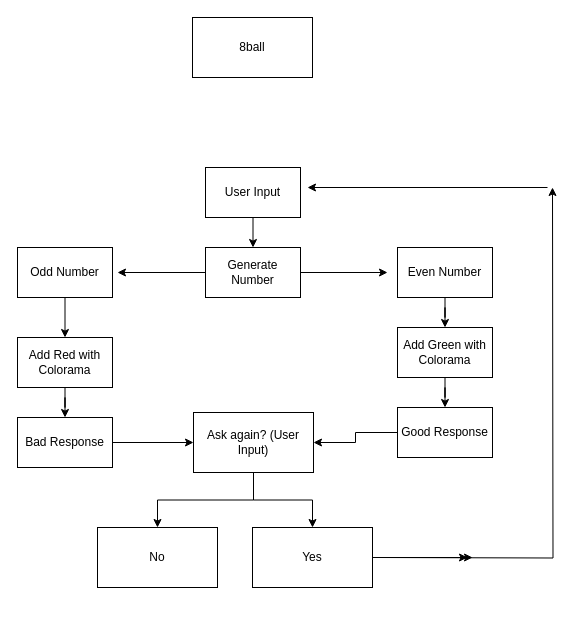
RonWohler/python_fundamentals keeps this draw.io diagram as 8ball Program Diagram.drawio. Above is the earlier version. Source tidied: cells renumbered, new cells numbered last; positions are measured from the earlier drawing's top-left corner, leaving out a move shared by most shapes. Both pictures are drawn from the tidied source at 100%, with x=0, y=0 at pixel (17, 17).
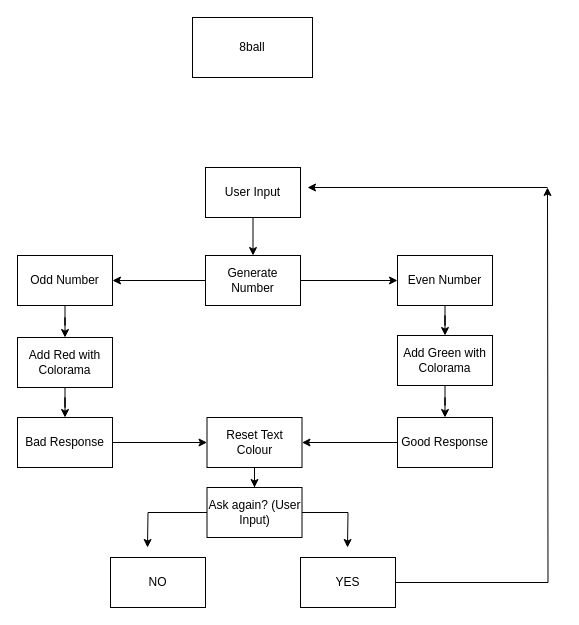
The same page after the edit.

Unchanged cells that the change refers to:
```xml
<mxCell id="8" value="Bad Response" style="rounded=0;whiteSpace=wrap;html=1;" parent="1" vertex="1">
  <mxGeometry y="400" width="95" height="50" as="geometry" />
</mxCell>
```

What changed in the source:
```diff
@@
-    <mxCell id="5" style="edgeStyle=orthogonalEdgeStyle;rounded=0;jettySize=auto;html=1;" parent="1" edge="1" source="6" target="23">
-      <mxGeometry relative="1" as="geometry" />
-    </mxCell>
+    <mxCell id="29" style="edgeStyle=orthogonalEdgeStyle;rounded=0;jettySize=auto;html=1;" parent="1" edge="1" source="6" target="34">
+      <mxGeometry relative="1" as="geometry" />
+    </mxCell>
     <mxCell id="6" value="Good Response" style="rounded=0;whiteSpace=wrap;html=1;" parent="1" vertex="1">
-      <mxGeometry x="380" y="390" width="95" height="50" as="geometry" />
+      <mxGeometry x="380" y="400" width="95" height="50" as="geometry" />
     </mxCell>
-    <mxCell id="7" style="edgeStyle=orthogonalEdgeStyle;rounded=0;jettySize=auto;html=1;" parent="1" edge="1" source="8" target="23">
-      <mxGeometry relative="1" as="geometry" />
-    </mxCell>
+    <mxCell id="30" style="edgeStyle=orthogonalEdgeStyle;rounded=0;jettySize=auto;html=1;" parent="1" edge="1" source="8" target="34">
+      <mxGeometry relative="1" as="geometry" />
+    </mxCell>
@@
     <mxCell id="10" value="Even Number" style="rounded=0;whiteSpace=wrap;html=1;" parent="1" vertex="1">
-      <mxGeometry x="380" y="230" width="95" height="50" as="geometry" />
+      <mxGeometry x="380" y="238" width="95" height="50" as="geometry" />
     </mxCell>
-    <mxCell id="11" style="edgeStyle=orthogonalEdgeStyle;rounded=0;jettySize=auto;html=1;exitX=0;exitY=0.5;exitDx=0;exitDy=0;" parent="1" edge="1" source="13">
-      <mxGeometry relative="1" as="geometry">
-        <mxPoint x="100" y="255" as="targetPoint" />
-      </mxGeometry>
-    </mxCell>
-    <mxCell id="12" style="edgeStyle=orthogonalEdgeStyle;rounded=0;jettySize=auto;html=1;exitX=1;exitY=0.5;exitDx=0;exitDy=0;" parent="1" edge="1" source="13">
-      <mxGeometry relative="1" as="geometry">
-        <mxPoint x="370" y="255" as="targetPoint" />
-      </mxGeometry>
-    </mxCell>
+    <mxCell id="31" style="edgeStyle=orthogonalEdgeStyle;rounded=0;jettySize=auto;html=1;" parent="1" edge="1" source="13" target="15">
+      <mxGeometry relative="1" as="geometry" />
+    </mxCell>
+    <mxCell id="32" style="edgeStyle=orthogonalEdgeStyle;rounded=0;jettySize=auto;html=1;" parent="1" edge="1" source="13" target="10">
+      <mxGeometry relative="1" as="geometry" />
+    </mxCell>
     <mxCell id="13" value="Generate Number" style="rounded=0;whiteSpace=wrap;html=1;" parent="1" vertex="1">
-      <mxGeometry x="188" y="230" width="95" height="50" as="geometry" />
+      <mxGeometry x="188" y="238" width="95" height="50" as="geometry" />
     </mxCell>
@@
     <mxCell id="15" value="Odd Number" style="rounded=0;whiteSpace=wrap;html=1;" parent="1" vertex="1">
-      <mxGeometry y="230" width="95" height="50" as="geometry" />
+      <mxGeometry y="238" width="95" height="50" as="geometry" />
     </mxCell>
@@
     <mxCell id="19" value="Add Green with Colorama" style="rounded=0;whiteSpace=wrap;html=1;" parent="1" vertex="1">
-      <mxGeometry x="380" y="310" width="95" height="50" as="geometry" />
+      <mxGeometry x="380" y="318" width="95" height="50" as="geometry" />
     </mxCell>
-    <mxCell id="20" value="No" style="rounded=0;whiteSpace=wrap;html=1;" parent="1" vertex="1">
-      <mxGeometry x="80" y="510" width="120" height="60" as="geometry" />
-    </mxCell>
-    <mxCell id="21" style="edgeStyle=orthogonalEdgeStyle;rounded=0;jettySize=auto;html=1;" parent="1" edge="1" source="23" target="26">
-      <mxGeometry relative="1" as="geometry" />
-    </mxCell>
-    <mxCell id="22" style="edgeStyle=orthogonalEdgeStyle;rounded=0;jettySize=auto;html=1;" parent="1" edge="1" source="23" target="20">
-      <mxGeometry relative="1" as="geometry" />
-    </mxCell>
+    <mxCell id="33" style="edgeStyle=orthogonalEdgeStyle;rounded=0;jettySize=auto;html=1;" parent="1" edge="1" source="34" target="23">
+      <mxGeometry relative="1" as="geometry" />
+    </mxCell>
+    <mxCell id="34" value="Reset Text Colour" style="rounded=0;whiteSpace=wrap;html=1;" parent="1" vertex="1">
+      <mxGeometry x="189.5" y="400" width="95" height="50" as="geometry" />
+    </mxCell>
+    <mxCell id="35" style="edgeStyle=orthogonalEdgeStyle;rounded=0;jettySize=auto;html=1;" parent="1" edge="1" source="23">
+      <mxGeometry relative="1" as="geometry">
+        <mxPoint x="130" y="530" as="targetPoint" />
+      </mxGeometry>
+    </mxCell>
     <mxCell id="23" value="Ask again? (User Input)" style="rounded=0;whiteSpace=wrap;html=1;" parent="1" vertex="1">
-      <mxGeometry x="176" y="395" width="120" height="60" as="geometry" />
+      <mxGeometry x="189.5" y="470" width="95" height="50" as="geometry" />
     </mxCell>
-    <mxCell id="24" style="edgeStyle=orthogonalEdgeStyle;rounded=0;jettySize=auto;html=1;" parent="1" edge="1" source="26">
-      <mxGeometry relative="1" as="geometry">
-        <mxPoint x="455" y="540" as="targetPoint" />
-      </mxGeometry>
-    </mxCell>
-    <mxCell id="25" style="edgeStyle=orthogonalEdgeStyle;rounded=0;jettySize=auto;html=1;" parent="1" edge="1" source="26">
-      <mxGeometry relative="1" as="geometry">
-        <mxPoint x="450" y="540" as="targetPoint" />
-      </mxGeometry>
-    </mxCell>
-    <mxCell id="26" value="Yes" style="rounded=0;whiteSpace=wrap;html=1;" parent="1" vertex="1">
-      <mxGeometry x="235" y="510" width="120" height="60" as="geometry" />
-    </mxCell>
-    <mxCell id="27" style="edgeStyle=orthogonalEdgeStyle;rounded=0;orthogonalLoop=1;jettySize=auto;html=1;" parent="1" edge="1">
-      <mxGeometry relative="1" as="geometry">
-        <mxPoint x="360" y="540" as="sourcePoint" />
-        <mxPoint x="535" y="170" as="targetPoint" />
-      </mxGeometry>
-    </mxCell>
-    <mxCell id="28" style="endArrow=classic;html=1;rounded=0;" parent="1" edge="1">
-      <mxGeometry relative="1" as="geometry">
-        <mxPoint x="530" y="170" as="sourcePoint" />
-        <mxPoint x="290" y="170" as="targetPoint" />
-      </mxGeometry>
-    </mxCell>
+    <mxCell id="36" value="NO" style="rounded=0;whiteSpace=wrap;html=1;" parent="1" vertex="1">
+      <mxGeometry x="93" y="540" width="95" height="50" as="geometry" />
+    </mxCell>
+    <mxCell id="37" style="edgeStyle=orthogonalEdgeStyle;rounded=0;jettySize=auto;html=1;" parent="1" edge="1" source="38">
+      <mxGeometry relative="1" as="geometry">
+        <mxPoint x="530" y="170" as="targetPoint" />
+      </mxGeometry>
+    </mxCell>
+    <mxCell id="38" value="YES" style="rounded=0;whiteSpace=wrap;html=1;" parent="1" vertex="1">
+      <mxGeometry x="283" y="540" width="95" height="50" as="geometry" />
+    </mxCell>
+    <mxCell id="39" style="edgeStyle=orthogonalEdgeStyle;rounded=0;jettySize=auto;html=1;" parent="1" edge="1" source="23">
+      <mxGeometry relative="1" as="geometry">
+        <mxPoint x="330" y="530" as="targetPoint" />
+      </mxGeometry>
+    </mxCell>
+    <mxCell id="40" style="endArrow=classic;html=1;rounded=0;" parent="1" edge="1">
+      <mxGeometry relative="1" as="geometry">
+        <mxPoint x="530" y="170" as="sourcePoint" />
+        <mxPoint x="290" y="170" as="targetPoint" />
+      </mxGeometry>
+    </mxCell>
```
